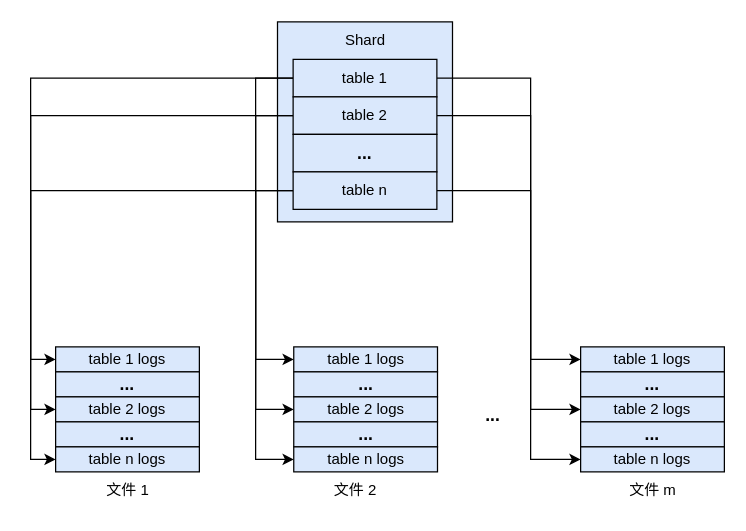
Before: rockswal.drawio in Rachelint/drawio-store, a draw.io diagram. Source tidied: cells renumbered, new cells numbered last; positions are measured from the earlier drawing's top-left corner, leaving out a move shared by most shapes. Both pictures are drawn from the tidied source at 125%, with x=0, y=0 at pixel (55, 21).
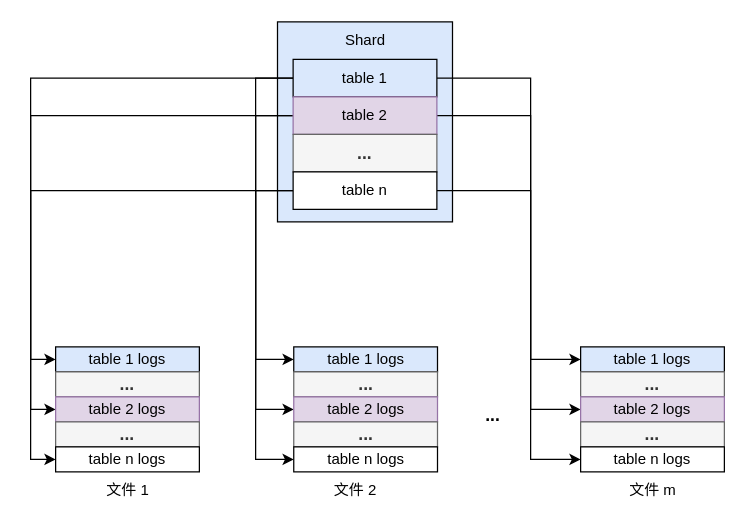
Above is the later version.

What changed in the source:
```diff
@@
-    <mxCell id="10" value="table 2" style="rounded=0;whiteSpace=wrap;html=1;fillColor=#dae8fc;strokeColor=#000000;" parent="1" vertex="1">
+    <mxCell id="10" value="table 2" style="rounded=0;whiteSpace=wrap;html=1;fillColor=#e1d5e7;strokeColor=#9673a6;" parent="1" vertex="1">
       <mxGeometry x="190" y="60" width="115" height="30" as="geometry" />
     </mxCell>
-    <mxCell id="11" value="&lt;font style=&quot;font-size: 14px;&quot;&gt;&lt;b&gt;...&lt;/b&gt;&lt;/font&gt;" style="rounded=0;whiteSpace=wrap;html=1;fillColor=#dae8fc;strokeColor=#000000;" parent="1" vertex="1">
+    <mxCell id="11" value="&lt;font style=&quot;font-size: 14px;&quot;&gt;&lt;b&gt;...&lt;/b&gt;&lt;/font&gt;" style="rounded=0;whiteSpace=wrap;html=1;fillColor=#f5f5f5;strokeColor=#666666;fontColor=#333333;" parent="1" vertex="1">
       <mxGeometry x="190" y="90" width="115" height="30" as="geometry" />
     </mxCell>
@@
-    <mxCell id="15" value="table n" style="rounded=0;whiteSpace=wrap;html=1;fillColor=#dae8fc;strokeColor=#000000;" parent="1" vertex="1">
+    <mxCell id="15" value="table n" style="rounded=0;whiteSpace=wrap;html=1;" parent="1" vertex="1">
       <mxGeometry x="190" y="120" width="115" height="30" as="geometry" />
     </mxCell>
@@
-    <mxCell id="18" value="&lt;font style=&quot;font-size: 14px;&quot;&gt;&lt;b&gt;...&lt;/b&gt;&lt;/font&gt;" style="rounded=0;whiteSpace=wrap;html=1;fillColor=#dae8fc;strokeColor=#000000;" parent="1" vertex="1">
+    <mxCell id="18" value="&lt;font style=&quot;font-size: 14px;&quot;&gt;&lt;b&gt;...&lt;/b&gt;&lt;/font&gt;" style="rounded=0;whiteSpace=wrap;html=1;fillColor=#f5f5f5;strokeColor=#666666;fontColor=#333333;" parent="1" vertex="1">
       <mxGeometry y="280" width="115" height="20" as="geometry" />
     </mxCell>
-    <mxCell id="19" value="table 2 logs" style="rounded=0;whiteSpace=wrap;html=1;fillColor=#dae8fc;strokeColor=#000000;" parent="1" vertex="1">
+    <mxCell id="19" value="table 2 logs" style="rounded=0;whiteSpace=wrap;html=1;fillColor=#e1d5e7;strokeColor=#9673a6;" parent="1" vertex="1">
       <mxGeometry y="300" width="115" height="20" as="geometry" />
     </mxCell>
-    <mxCell id="20" value="&lt;font style=&quot;font-size: 14px;&quot;&gt;&lt;b&gt;...&lt;/b&gt;&lt;/font&gt;" style="rounded=0;whiteSpace=wrap;html=1;fillColor=#dae8fc;strokeColor=#000000;" parent="1" vertex="1">
+    <mxCell id="20" value="&lt;font style=&quot;font-size: 14px;&quot;&gt;&lt;b&gt;...&lt;/b&gt;&lt;/font&gt;" style="rounded=0;whiteSpace=wrap;html=1;fillColor=#f5f5f5;strokeColor=#666666;fontColor=#333333;" parent="1" vertex="1">
       <mxGeometry y="320" width="115" height="20" as="geometry" />
     </mxCell>
-    <mxCell id="21" value="table n logs" style="rounded=0;whiteSpace=wrap;html=1;fillColor=#dae8fc;strokeColor=#000000;" parent="1" vertex="1">
+    <mxCell id="21" value="table n logs" style="rounded=0;whiteSpace=wrap;html=1;" parent="1" vertex="1">
       <mxGeometry y="340" width="115" height="20" as="geometry" />
     </mxCell>
@@
-    <mxCell id="23" value="&lt;font style=&quot;font-size: 14px;&quot;&gt;&lt;b&gt;...&lt;/b&gt;&lt;/font&gt;" style="rounded=0;whiteSpace=wrap;html=1;fillColor=#dae8fc;strokeColor=#000000;" parent="1" vertex="1">
+    <mxCell id="23" value="&lt;font style=&quot;font-size: 14px;&quot;&gt;&lt;b&gt;...&lt;/b&gt;&lt;/font&gt;" style="rounded=0;whiteSpace=wrap;html=1;fillColor=#f5f5f5;strokeColor=#666666;fontColor=#333333;" parent="1" vertex="1">
       <mxGeometry x="190.5" y="280" width="115" height="20" as="geometry" />
     </mxCell>
-    <mxCell id="24" value="table 2 logs" style="rounded=0;whiteSpace=wrap;html=1;fillColor=#dae8fc;strokeColor=#000000;" parent="1" vertex="1">
+    <mxCell id="24" value="table 2 logs" style="rounded=0;whiteSpace=wrap;html=1;fillColor=#e1d5e7;strokeColor=#9673a6;" parent="1" vertex="1">
       <mxGeometry x="190.5" y="300" width="115" height="20" as="geometry" />
     </mxCell>
-    <mxCell id="25" value="&lt;font style=&quot;font-size: 14px;&quot;&gt;&lt;b&gt;...&lt;/b&gt;&lt;/font&gt;" style="rounded=0;whiteSpace=wrap;html=1;fillColor=#dae8fc;strokeColor=#000000;" parent="1" vertex="1">
+    <mxCell id="25" value="&lt;font style=&quot;font-size: 14px;&quot;&gt;&lt;b&gt;...&lt;/b&gt;&lt;/font&gt;" style="rounded=0;whiteSpace=wrap;html=1;fillColor=#f5f5f5;strokeColor=#666666;fontColor=#333333;" parent="1" vertex="1">
       <mxGeometry x="190.5" y="320" width="115" height="20" as="geometry" />
     </mxCell>
-    <mxCell id="26" value="table n logs" style="rounded=0;whiteSpace=wrap;html=1;fillColor=#dae8fc;strokeColor=#000000;" parent="1" vertex="1">
+    <mxCell id="26" value="table n logs" style="rounded=0;whiteSpace=wrap;html=1;" parent="1" vertex="1">
       <mxGeometry x="190.5" y="340" width="115" height="20" as="geometry" />
     </mxCell>
@@
-    <mxCell id="28" value="&lt;font style=&quot;font-size: 14px;&quot;&gt;&lt;b&gt;...&lt;/b&gt;&lt;/font&gt;" style="rounded=0;whiteSpace=wrap;html=1;fillColor=#dae8fc;strokeColor=#000000;" parent="1" vertex="1">
+    <mxCell id="28" value="&lt;font style=&quot;font-size: 14px;&quot;&gt;&lt;b&gt;...&lt;/b&gt;&lt;/font&gt;" style="rounded=0;whiteSpace=wrap;html=1;fillColor=#f5f5f5;strokeColor=#666666;fontColor=#333333;" parent="1" vertex="1">
       <mxGeometry x="420" y="280" width="115" height="20" as="geometry" />
     </mxCell>
-    <mxCell id="29" value="table 2 logs" style="rounded=0;whiteSpace=wrap;html=1;fillColor=#dae8fc;strokeColor=#000000;" parent="1" vertex="1">
+    <mxCell id="29" value="table 2 logs" style="rounded=0;whiteSpace=wrap;html=1;fillColor=#e1d5e7;strokeColor=#9673a6;" parent="1" vertex="1">
       <mxGeometry x="420" y="300" width="115" height="20" as="geometry" />
     </mxCell>
-    <mxCell id="30" value="&lt;font style=&quot;font-size: 14px;&quot;&gt;&lt;b&gt;...&lt;/b&gt;&lt;/font&gt;" style="rounded=0;whiteSpace=wrap;html=1;fillColor=#dae8fc;strokeColor=#000000;" parent="1" vertex="1">
+    <mxCell id="30" value="&lt;font style=&quot;font-size: 14px;&quot;&gt;&lt;b&gt;...&lt;/b&gt;&lt;/font&gt;" style="rounded=0;whiteSpace=wrap;html=1;fillColor=#f5f5f5;strokeColor=#666666;fontColor=#333333;" parent="1" vertex="1">
       <mxGeometry x="420" y="320" width="115" height="20" as="geometry" />
     </mxCell>
-    <mxCell id="31" value="table n logs" style="rounded=0;whiteSpace=wrap;html=1;fillColor=#dae8fc;strokeColor=#000000;" parent="1" vertex="1">
+    <mxCell id="31" value="table n logs" style="rounded=0;whiteSpace=wrap;html=1;" parent="1" vertex="1">
       <mxGeometry x="420" y="340" width="115" height="20" as="geometry" />
     </mxCell>
```
